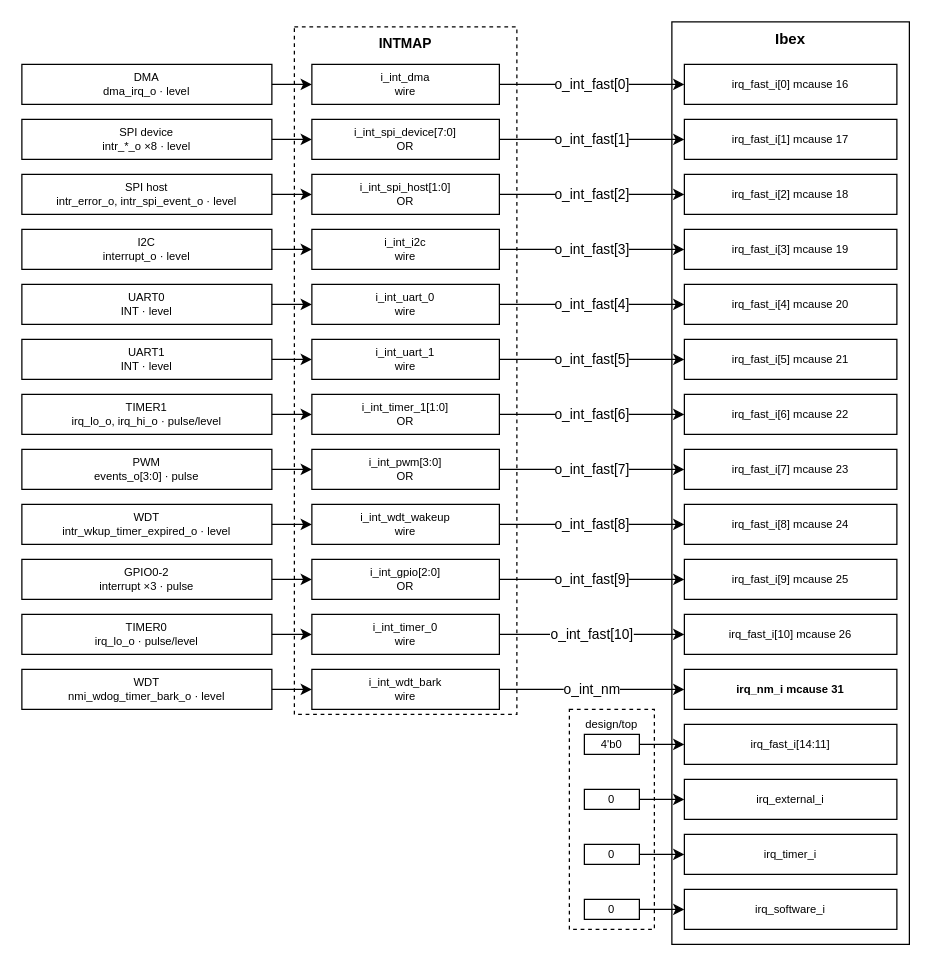
Earlier version of the draw.io diagram page 1 of 2 of doc/figures/drawio/QNSC_Interrupt_Map.drawio (quynhonsemiconductor/vlsi_deep_training). Source tidied: cells renumbered, new cells numbered last; positions are measured from the earlier drawing's top-left corner, leaving out a move shared by most shapes. Both pictures are drawn from the tidied source at 125%, with x=0, y=0 at pixel (21, 21).
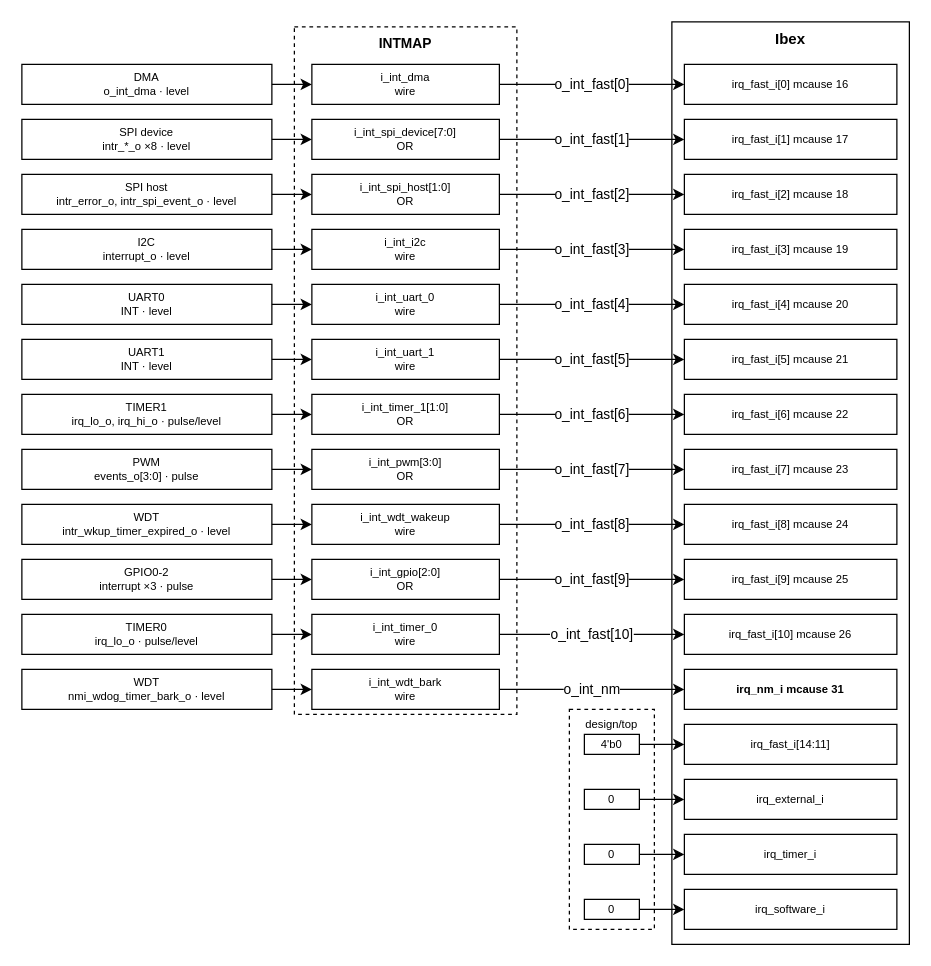
The same diagram, later.

Commit message (it also covers changes not shown here):
docs(intmap): regenerate the figure, dma source is o_int_dma

Diff of the diagram source:
```diff
@@
-    <mxCell id="4" value="DMA&#10;dma_irq_o · level" style="rounded=0;whiteSpace=wrap;html=1;fillColor=#ffffff;strokeColor=#000000;fontSize=9;dashed=0;verticalAlign=middle;" parent="1" vertex="1">
+    <mxCell id="4" value="DMA&#10;o_int_dma · level" style="rounded=0;whiteSpace=wrap;html=1;fillColor=#ffffff;strokeColor=#000000;fontSize=9;dashed=0;verticalAlign=middle;" parent="1" vertex="1">
       <mxGeometry y="34" width="200" height="32" as="geometry" />
     </mxCell>
```
